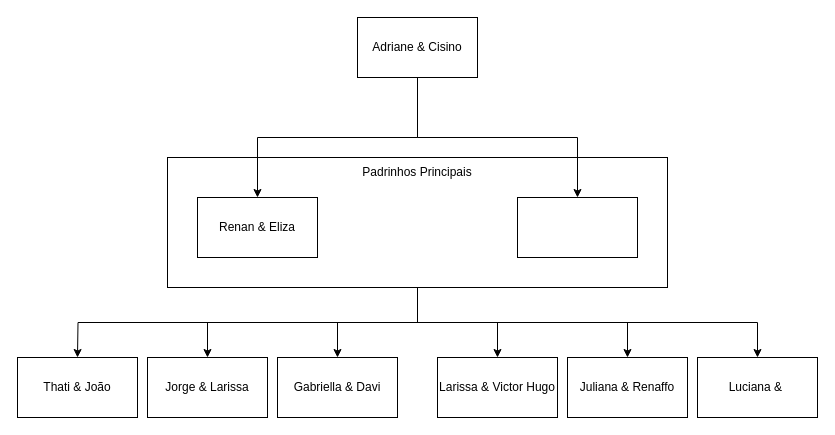
Above: organization.drawio in CisinoJr/our-wedding (draw.io), before the change. Source tidied: cells renumbered, new cells numbered last; positions are measured from the earlier drawing's top-left corner, leaving out a move shared by most shapes. Both pictures are drawn from the tidied source at 100%, with x=0, y=0 at pixel (17, 17).
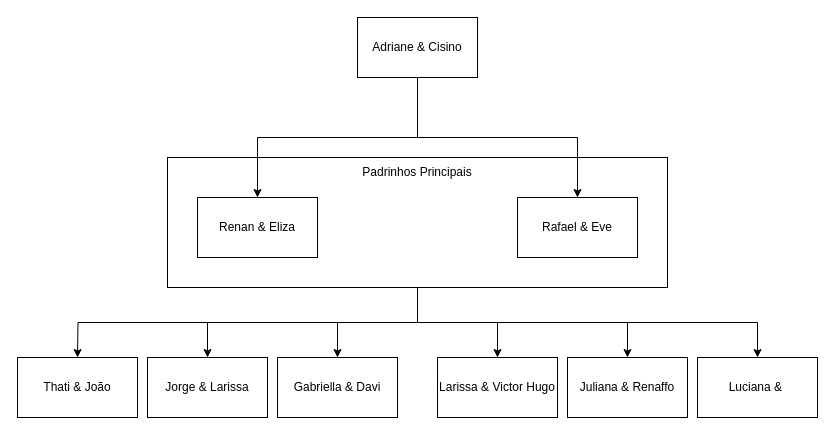
The same page after the edit.

Change to the diagram source:
```diff
@@
-    <mxCell id="13" style="whiteSpace=wrap;html=1;rounded=0;" parent="1" vertex="1">
+    <mxCell id="13" value="Rafael &amp;amp; Eve" style="whiteSpace=wrap;html=1;rounded=0;" parent="1" vertex="1">
       <mxGeometry x="500" y="180" width="120" height="60" as="geometry" />
     </mxCell>
```
